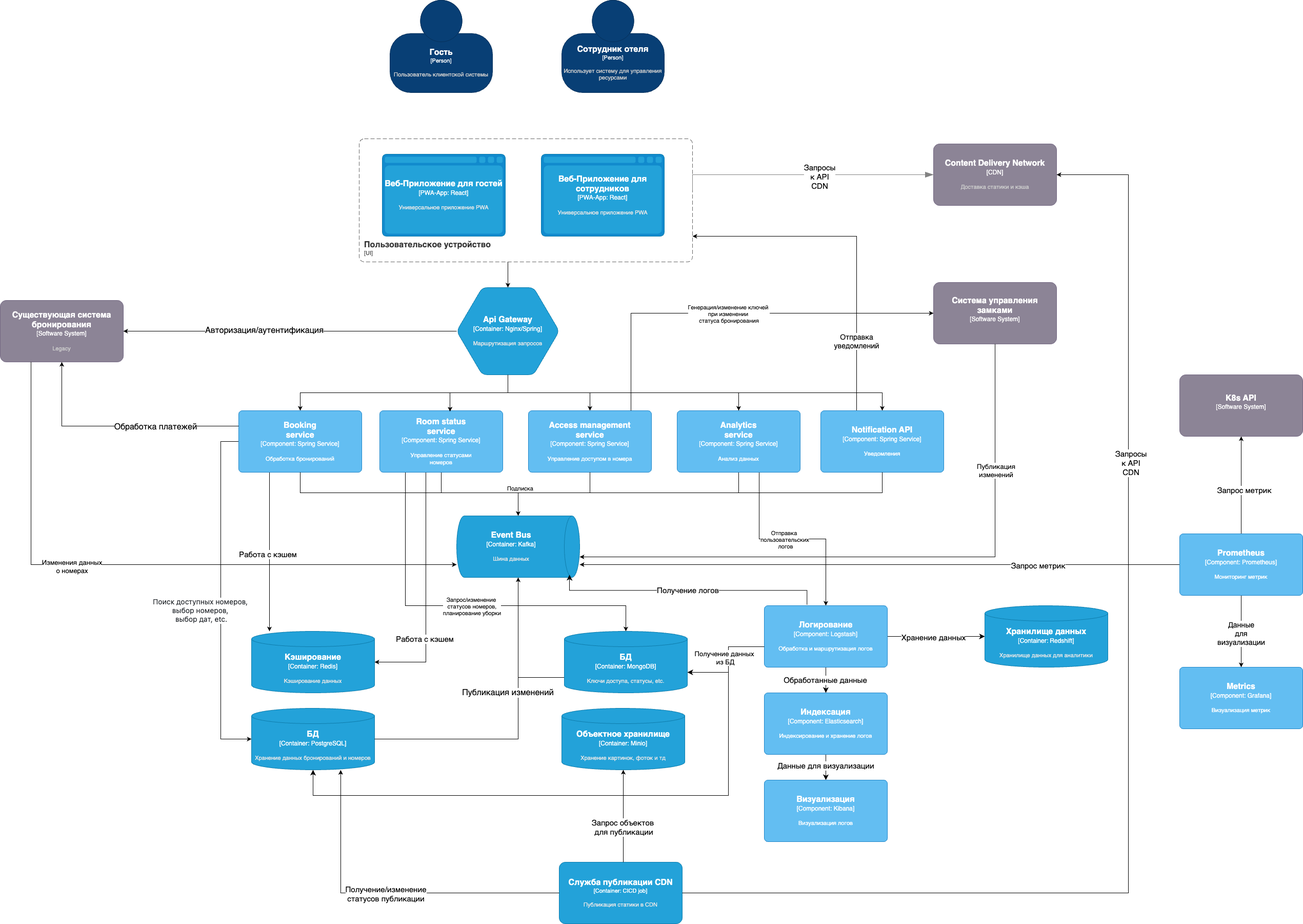
The draw.io diagram res/container_diag.png in mrsolodov/sahomeworks, before a commit. Source tidied: cells renumbered, new cells last; positions are measured from the earlier drawing's top-left corner, leaving out a move shared by most shapes.
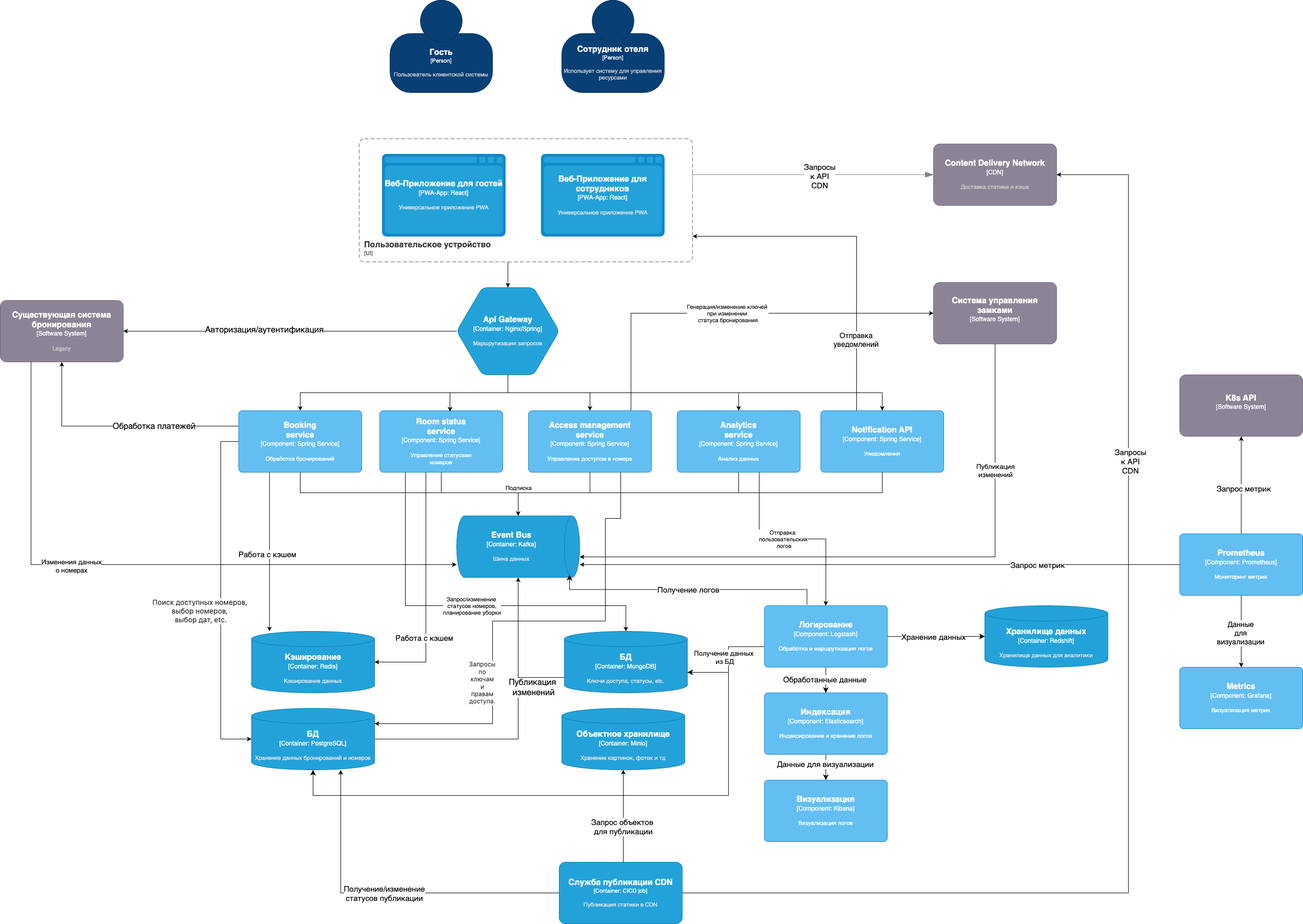
Above is the later version.

What changed in the source:
```diff
@@ -307,8 +307,8 @@
         <mxGeometry x="2300" y="1300" width="240" height="120" as="geometry" />
       </mxCell>
     </object>
-    <mxCell id="63" value="&lt;font style=&quot;font-size: 16px;&quot;&gt;Публикация изменений&lt;/font&gt;" style="edgeStyle=orthogonalEdgeStyle;rounded=0;jettySize=auto;html=1;entryX=1;entryY=0.5;entryDx=0;entryDy=0;entryPerimeter=0;" parent="1" edge="1" source="39" target="33">
-      <mxGeometry x="0.24" y="20" relative="1" as="geometry" />
+    <mxCell id="63" value="&lt;font style=&quot;font-size: 16px;&quot;&gt;Публикация&amp;nbsp;&lt;/font&gt;&lt;div&gt;&lt;font style=&quot;font-size: 16px;&quot;&gt;изменений&lt;/font&gt;&lt;/div&gt;" style="edgeStyle=orthogonalEdgeStyle;rounded=0;jettySize=auto;html=1;entryX=1;entryY=0.5;entryDx=0;entryDy=0;entryPerimeter=0;" parent="1" edge="1" source="39" target="33">
+      <mxGeometry x="0.28" y="-30" relative="1" as="geometry" />
     </mxCell>
     <mxCell id="64" value="&lt;font style=&quot;font-size: 15px;&quot;&gt;Получение логов&lt;/font&gt;" style="rounded=0;jettySize=auto;html=1;entryX=0.958;entryY=0.083;entryDx=0;entryDy=0;entryPerimeter=0;fontSize=12;startSize=8;endSize=8;edgeStyle=elbowEdgeStyle;elbow=vertical;exitX=0.347;exitY=-0.014;exitDx=0;exitDy=0;exitPerimeter=0;" parent="1" edge="1" source="53" target="33">
       <mxGeometry relative="1" as="geometry" />
@@ -451,5 +451,21 @@
         <mxGeometry x="2300" y="730" width="240" height="120" as="geometry" />
       </mxCell>
     </object>
+    <mxCell id="91" style="edgeStyle=orthogonalEdgeStyle;rounded=0;jettySize=auto;html=1;exitX=0.75;exitY=1;exitDx=0;exitDy=0;exitPerimeter=0;entryX=1;entryY=0.25;entryDx=0;entryDy=0;entryPerimeter=0;" parent="1" edge="1" source="25" target="39">
+      <mxGeometry relative="1" as="geometry">
+        <Array as="points">
+          <mxPoint x="1210" y="1010" />
+          <mxPoint x="1180" y="1010" />
+          <mxPoint x="1180" y="1210" />
+          <mxPoint x="960" y="1210" />
+          <mxPoint x="960" y="1410" />
+        </Array>
+      </mxGeometry>
+    </mxCell>
+    <mxCell id="92" value="&lt;span style=&quot;color: rgb(31, 35, 40); font-family: -apple-system, &amp;quot;system-ui&amp;quot;, &amp;quot;Segoe UI&amp;quot;, &amp;quot;Noto Sans&amp;quot;, Helvetica, Arial, sans-serif, &amp;quot;Apple Color Emoji&amp;quot;, &amp;quot;Segoe UI Emoji&amp;quot;; text-align: left; text-wrap: wrap;&quot;&gt;Запросы по ключам и правам доступа.&lt;/span&gt;" style="edgeLabel;html=1;align=center;verticalAlign=middle;fontSize=12;" parent="91" vertex="1">
+      <mxGeometry x="0.72" y="-1" relative="1" as="geometry">
+        <mxPoint x="74" y="-79" as="offset" />
+      </mxGeometry>
+    </mxCell>
   </root>
 </mxGraphModel>
```
